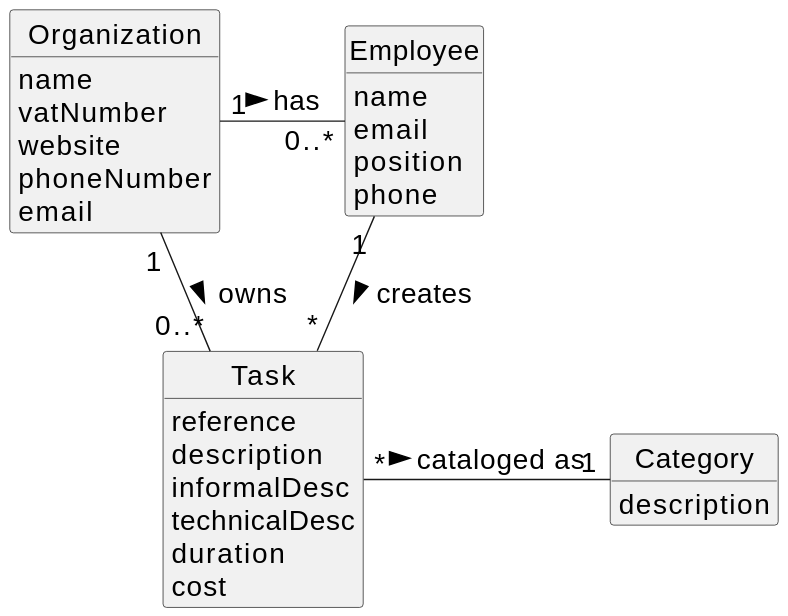
Before: docs/sprintA/us003/02.analysis/svg/us006-domain-model.svg, a diagram exported from PlantUML (Departamento-de-Engenharia-Informatica/lei-24-s2-1dl-g121).
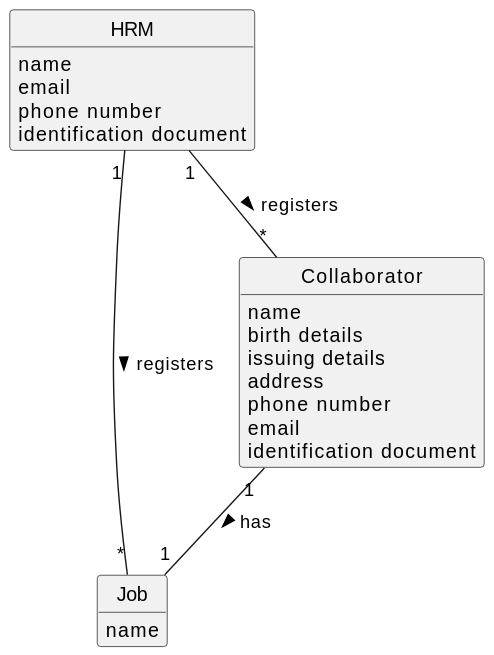
The same diagram one commit later.

The edit, as a diff of the source:
```diff
@@ -1,48 +1,39 @@
 @startuml
-skinparamlocked defaultFontSize 20
 skinparam monochrome true
 skinparam packageStyle rectangle
 skinparam shadowing false
-
-
 skinparam classAttributeIconSize 0
-
 hide circle
 hide methods
 
 
 
-class Organization {
-    name
-    vatNumber
-    website
-    phoneNumber
-    email
-}
-
-class Task {
-    reference
-    description
-    informalDesc
-    technicalDesc
-    duration
-    cost
-}
-
-class Category {
-    description
-}
-
-class Employee {
+class HRM{
     name
     email
-    position
-    phone
+    phone number
+    identification document
 }
 
 
-Organization "1" - "0..*" Employee : has >
-Organization "1" - "0..*" Task: owns >
-Employee "1" -- "*" Task : creates >
-Task "*" - "1" Category: cataloged as >
+class Job{
+    name
+}
+
+class Collaborator{
+    name
+    birth details
+    issuing details
+    address
+    phone number
+    email
+    identification document
+}
+
+
+
+
+HRM "1" -- "*" Job : registers >
+HRM "1" -- "*" Collaborator : registers >
+Collaborator "1" -- "1" Job : has >
 @enduml
```
